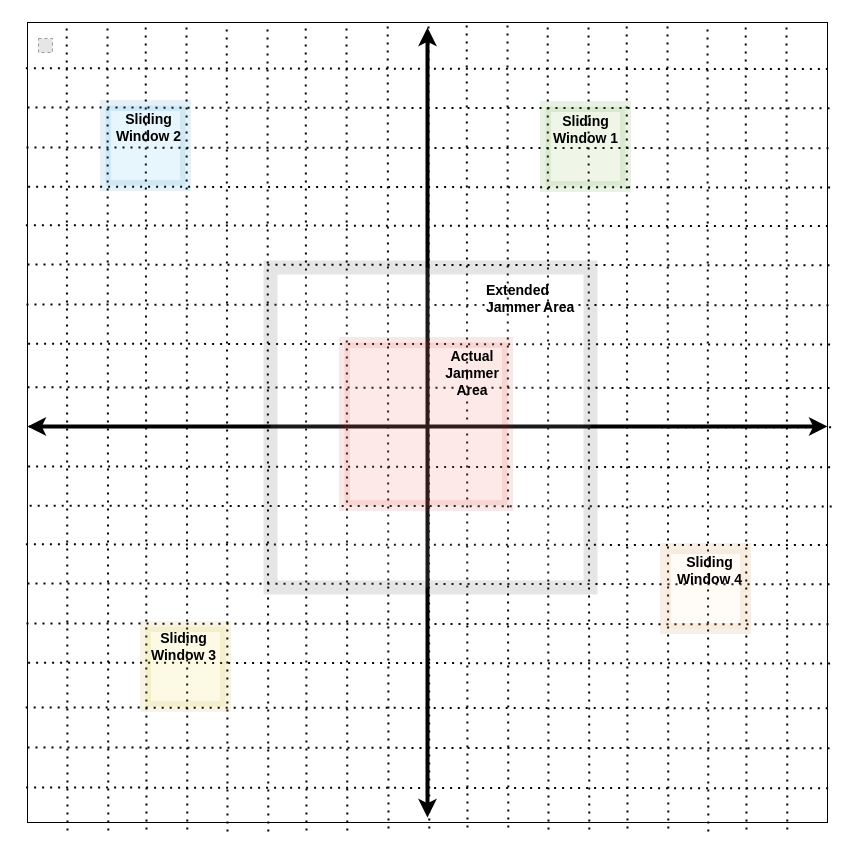
nahmed087/MyFigures keeps this draw.io diagram as GridScenario.drawio. Above is the earlier version. Source tidied: cells renumbered, new cells numbered last; positions are measured from the earlier drawing's top-left corner, leaving out a move shared by most shapes. Both pictures are drawn from the tidied source at 100%, with x=0, y=0 at pixel (25, 19). Pictures stored in the file or linked from it are replaced by grey dashed boxes.
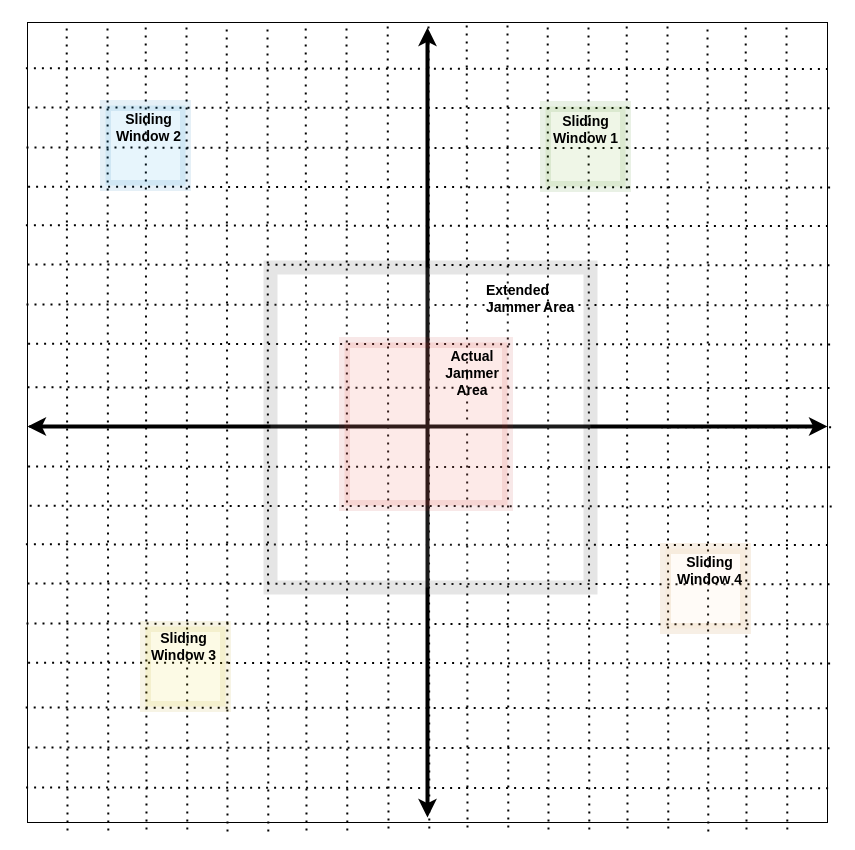
The same page after the edit.

The edit, as a diff of the source:
```diff
@@
-    <mxCell id="55" style="fillColor=#E6E6E6;strokeColor=#999999;dashed=1;html=1;verticalAlign=top;verticalLabelPosition=bottom;labelBackgroundColor=#ffffff;" parent="1" vertex="1">
-      <mxGeometry x="13" y="19" width="14" height="14" as="geometry" />
-    </mxCell>
```
